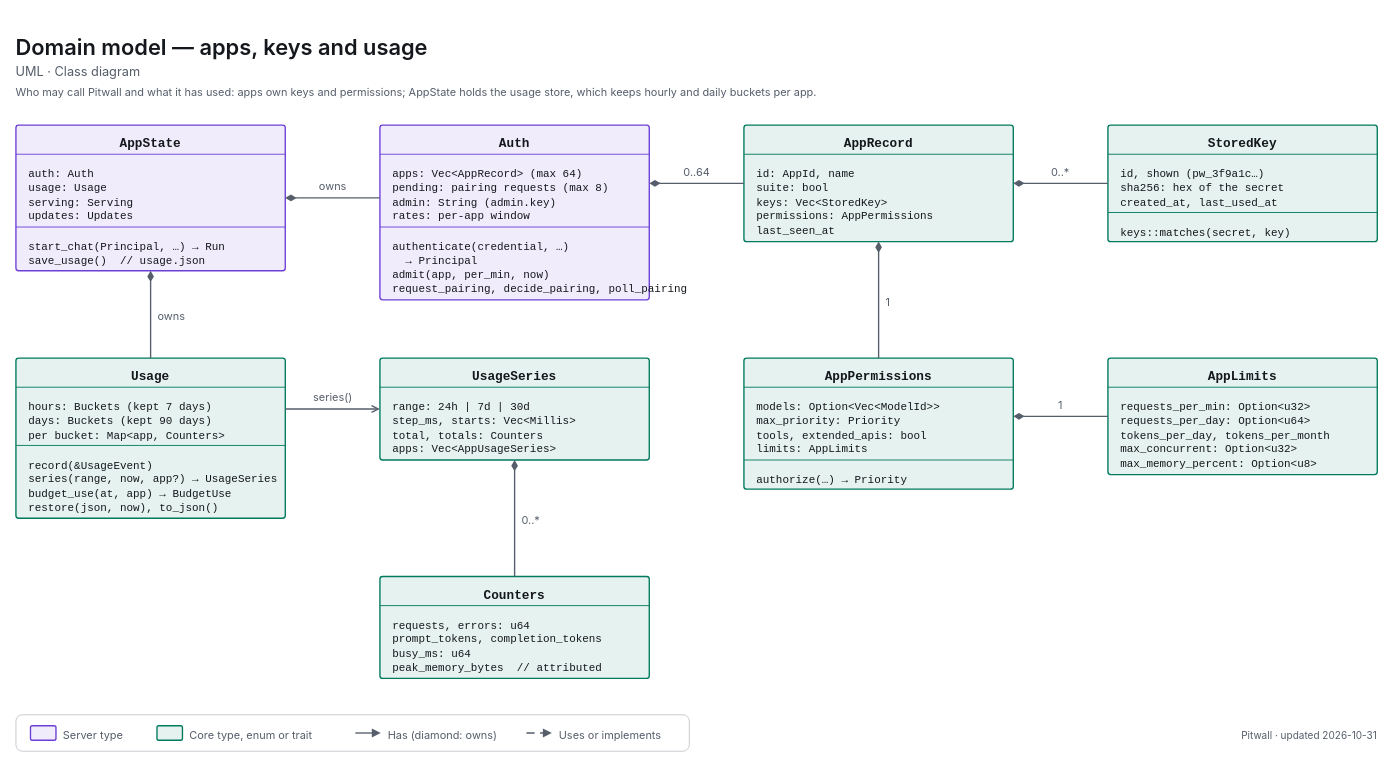
This is apps/pitwall/docs/diagrams/uml-class-access.drawio from decryp7/paddock, a draw.io file, before an edit. Source tidied: cells renumbered, new cells numbered last; positions are measured from the earlier drawing's top-left corner, leaving out a move shared by most shapes. Both pictures are drawn from the tidied source at 91%, with x=0, y=0 at pixel (15, 30).
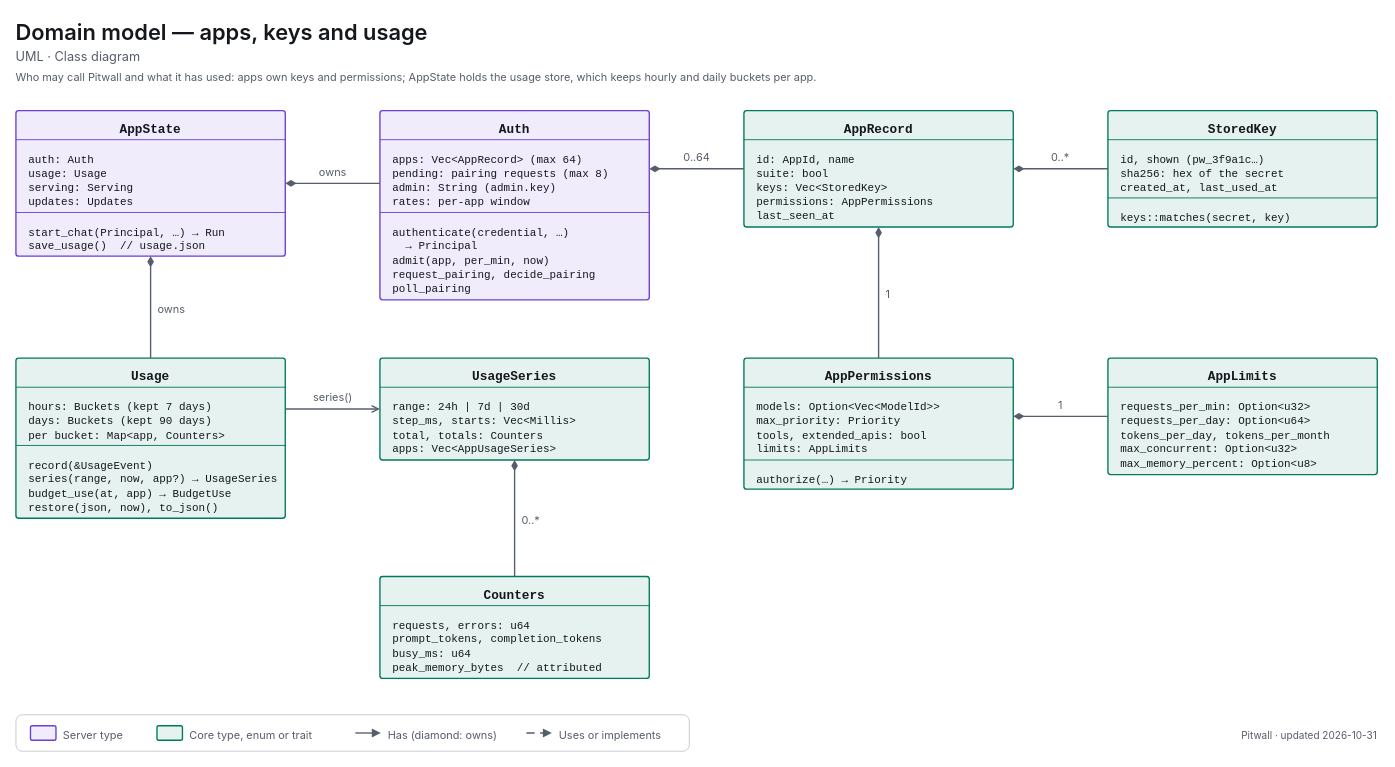
Above is the later version.

Commit message (it also covers changes not shown here):
fix(diagrams): re-export Pitwall class SVGs, fit the Auth box, recorder restores its switch

Change to the diagram source:
```diff
@@
     <mxCell id="2" value="&lt;span style=&quot;font-size:24px;font-weight:600&quot;&gt;Domain model — apps, keys and usage&lt;/span&gt;" style="html=1;whiteSpace=wrap;fontFamily=-apple-system,BlinkMacSystemFont,Segoe UI,system-ui,sans-serif;fontSize=12;fontColor=light-dark(#14171C,#ECEEF1);text;strokeColor=none;fillColor=none;align=left;verticalAlign=top;spacing=0;fontColor=light-dark(#14171C,#ECEEF1);" parent="1" vertex="1">
-      <mxGeometry width="1496" height="32" as="geometry" />
+      <mxGeometry y="-16" width="1496" height="32" as="geometry" />
     </mxCell>
     <mxCell id="3" value="&lt;span style=&quot;font-size:14px;font-weight:400&quot;&gt;UML · Class diagram&lt;/span&gt;" style="html=1;whiteSpace=wrap;fontFamily=-apple-system,BlinkMacSystemFont,Segoe UI,system-ui,sans-serif;fontSize=12;fontColor=light-dark(#14171C,#ECEEF1);text;strokeColor=none;fillColor=none;align=left;verticalAlign=top;spacing=0;fontColor=light-dark(#565E6B,#A0A7B2);" parent="1" vertex="1">
-      <mxGeometry y="32" width="1496" height="24" as="geometry" />
+      <mxGeometry y="16" width="1496" height="24" as="geometry" />
     </mxCell>
     <mxCell id="4" value="&lt;span style=&quot;font-size:12px;font-weight:400&quot;&gt;Who may call Pitwall and what it has used: apps own keys and permissions; AppState holds the usage store, which keeps hourly and daily buckets per app.&lt;/span&gt;" style="html=1;whiteSpace=wrap;fontFamily=-apple-system,BlinkMacSystemFont,Segoe UI,system-ui,sans-serif;fontSize=12;fontColor=light-dark(#14171C,#ECEEF1);text;strokeColor=none;fillColor=none;align=left;verticalAlign=top;spacing=0;fontColor=light-dark(#565E6B,#A0A7B2);" parent="1" vertex="1">
-      <mxGeometry y="56" width="1496" height="20" as="geometry" />
+      <mxGeometry y="40" width="1496" height="20" as="geometry" />
     </mxCell>
     <mxCell id="5" value="&lt;span style=&quot;font-size:14px;font-weight:600;font-family:ui-monospace,SF Mono,Cascadia Mono,Consolas,monospace&quot;&gt;AppState&lt;/span&gt;" style="html=1;whiteSpace=wrap;fontFamily=-apple-system,BlinkMacSystemFont,Segoe UI,system-ui,sans-serif;fontSize=12;fontColor=light-dark(#14171C,#ECEEF1);rounded=1;absoluteArcSize=1;arcSize=6;strokeWidth=1.5;strokeColor=light-dark(#6D3FD6,#A58BFA);fillColor=light-dark(#F0ECFB,#2C2A3F);align=center;verticalAlign=top;spacingTop=6;" parent="1" vertex="1">
-      <mxGeometry y="104" width="296" height="160" as="geometry" />
+      <mxGeometry y="88" width="296" height="160" as="geometry" />
     </mxCell>
     <mxCell id="6" style="endArrow=none;html=1;strokeWidth=1;strokeColor=light-dark(#6D3FD6,#A58BFA);" parent="1" edge="1">
       <mxGeometry relative="1" as="geometry">
-        <mxPoint y="136" as="sourcePoint" />
-        <mxPoint x="296" y="136" as="targetPoint" />
+        <mxPoint y="120" as="sourcePoint" />
+        <mxPoint x="296" y="120" as="targetPoint" />
       </mxGeometry>
     </mxCell>
     <mxCell id="7" value="&lt;span style=&quot;font-family:ui-monospace,SF Mono,Cascadia Mono,Consolas,monospace;font-size:12px&quot;&gt;auth:&amp;nbsp;Auth&lt;br&gt;usage:&amp;nbsp;Usage&lt;br&gt;serving:&amp;nbsp;Serving&lt;br&gt;updates:&amp;nbsp;Updates&lt;/span&gt;" style="html=1;whiteSpace=wrap;fontFamily=-apple-system,BlinkMacSystemFont,Segoe UI,system-ui,sans-serif;fontSize=12;fontColor=light-dark(#14171C,#ECEEF1);text;strokeColor=none;fillColor=none;align=left;verticalAlign=top;spacingLeft=12;spacingTop=8;" parent="1" vertex="1">
-      <mxGeometry y="136" width="296" height="80" as="geometry" />
+      <mxGeometry y="120" width="296" height="80" as="geometry" />
     </mxCell>
     <mxCell id="8" style="endArrow=none;html=1;strokeWidth=1;strokeColor=light-dark(#6D3FD6,#A58BFA);" parent="1" edge="1">
       <mxGeometry relative="1" as="geometry">
-        <mxPoint y="216" as="sourcePoint" />
-        <mxPoint x="296" y="216" as="targetPoint" />
+        <mxPoint y="200" as="sourcePoint" />
+        <mxPoint x="296" y="200" as="targetPoint" />
       </mxGeometry>
     </mxCell>
     <mxCell id="9" value="&lt;span style=&quot;font-family:ui-monospace,SF Mono,Cascadia Mono,Consolas,monospace;font-size:12px&quot;&gt;start_chat(Principal,&amp;nbsp;…)&amp;nbsp;→&amp;nbsp;Run&lt;br&gt;save_usage()&amp;nbsp;&amp;nbsp;//&amp;nbsp;usage.json&lt;/span&gt;" style="html=1;whiteSpace=wrap;fontFamily=-apple-system,BlinkMacSystemFont,Segoe UI,system-ui,sans-serif;fontSize=12;fontColor=light-dark(#14171C,#ECEEF1);text;strokeColor=none;fillColor=none;align=left;verticalAlign=top;spacingLeft=12;spacingTop=8;" parent="1" vertex="1">
-      <mxGeometry y="216" width="296" height="48" as="geometry" />
+      <mxGeometry y="200" width="296" height="48" as="geometry" />
     </mxCell>
     <mxCell id="10" value="&lt;span style=&quot;font-size:14px;font-weight:600;font-family:ui-monospace,SF Mono,Cascadia Mono,Consolas,monospace&quot;&gt;Auth&lt;/span&gt;" style="html=1;whiteSpace=wrap;fontFamily=-apple-system,BlinkMacSystemFont,Segoe UI,system-ui,sans-serif;fontSize=12;fontColor=light-dark(#14171C,#ECEEF1);rounded=1;absoluteArcSize=1;arcSize=6;strokeWidth=1.5;strokeColor=light-dark(#6D3FD6,#A58BFA);fillColor=light-dark(#F0ECFB,#2C2A3F);align=center;verticalAlign=top;spacingTop=6;" parent="1" vertex="1">
-      <mxGeometry x="400" y="104" width="296" height="192" as="geometry" />
+      <mxGeometry x="400" y="88" width="296" height="208" as="geometry" />
     </mxCell>
     <mxCell id="11" style="endArrow=none;html=1;strokeWidth=1;strokeColor=light-dark(#6D3FD6,#A58BFA);" parent="1" edge="1">
       <mxGeometry relative="1" as="geometry">
-        <mxPoint x="400" y="136" as="sourcePoint" />
-        <mxPoint x="696" y="136" as="targetPoint" />
+        <mxPoint x="400" y="120" as="sourcePoint" />
+        <mxPoint x="696" y="120" as="targetPoint" />
       </mxGeometry>
     </mxCell>
     <mxCell id="12" value="&lt;span style=&quot;font-family:ui-monospace,SF Mono,Cascadia Mono,Consolas,monospace;font-size:12px&quot;&gt;apps:&amp;nbsp;Vec&amp;lt;AppRecord&amp;gt;&amp;nbsp;(max&amp;nbsp;64)&lt;br&gt;pending:&amp;nbsp;pairing&amp;nbsp;requests&amp;nbsp;(max&amp;nbsp;8)&lt;br&gt;admin:&amp;nbsp;String&amp;nbsp;(admin.key)&lt;br&gt;rates:&amp;nbsp;per-app&amp;nbsp;window&lt;/span&gt;" style="html=1;whiteSpace=wrap;fontFamily=-apple-system,BlinkMacSystemFont,Segoe UI,system-ui,sans-serif;fontSize=12;fontColor=light-dark(#14171C,#ECEEF1);text;strokeColor=none;fillColor=none;align=left;verticalAlign=top;spacingLeft=12;spacingTop=8;" parent="1" vertex="1">
-      <mxGeometry x="400" y="136" width="296" height="80" as="geometry" />
+      <mxGeometry x="400" y="120" width="296" height="80" as="geometry" />
     </mxCell>
     <mxCell id="13" style="endArrow=none;html=1;strokeWidth=1;strokeColor=light-dark(#6D3FD6,#A58BFA);" parent="1" edge="1">
       <mxGeometry relative="1" as="geometry">
-        <mxPoint x="400" y="216" as="sourcePoint" />
-        <mxPoint x="696" y="216" as="targetPoint" />
+        <mxPoint x="400" y="200" as="sourcePoint" />
+        <mxPoint x="696" y="200" as="targetPoint" />
       </mxGeometry>
     </mxCell>
-    <mxCell id="14" value="&lt;span style=&quot;font-family:ui-monospace,SF Mono,Cascadia Mono,Consolas,monospace;font-size:12px&quot;&gt;authenticate(credential,&amp;nbsp;…)&lt;br&gt;&amp;nbsp;&amp;nbsp;→&amp;nbsp;Principal&lt;br&gt;admit(app,&amp;nbsp;per_min,&amp;nbsp;now)&lt;br&gt;request_pairing,&amp;nbsp;decide_pairing,&amp;nbsp;poll_pairing&lt;/span&gt;" style="html=1;whiteSpace=wrap;fontFamily=-apple-system,BlinkMacSystemFont,Segoe UI,system-ui,sans-serif;fontSize=12;fontColor=light-dark(#14171C,#ECEEF1);text;strokeColor=none;fillColor=none;align=left;verticalAlign=top;spacingLeft=12;spacingTop=8;" parent="1" vertex="1">
-      <mxGeometry x="400" y="216" width="296" height="80" as="geometry" />
+    <mxCell id="14" value="&lt;span style=&quot;font-family:ui-monospace,SF Mono,Cascadia Mono,Consolas,monospace;font-size:12px&quot;&gt;authenticate(credential,&amp;nbsp;…)&lt;br&gt;&amp;nbsp;&amp;nbsp;→&amp;nbsp;Principal&lt;br&gt;admit(app,&amp;nbsp;per_min,&amp;nbsp;now)&lt;br&gt;request_pairing,&amp;nbsp;decide_pairing&lt;br&gt;poll_pairing&lt;/span&gt;" style="html=1;whiteSpace=wrap;fontFamily=-apple-system,BlinkMacSystemFont,Segoe UI,system-ui,sans-serif;fontSize=12;fontColor=light-dark(#14171C,#ECEEF1);text;strokeColor=none;fillColor=none;align=left;verticalAlign=top;spacingLeft=12;spacingTop=8;" parent="1" vertex="1">
+      <mxGeometry x="400" y="200" width="296" height="96" as="geometry" />
     </mxCell>
     <mxCell id="15" value="&lt;span style=&quot;font-size:14px;font-weight:600;font-family:ui-monospace,SF Mono,Cascadia Mono,Consolas,monospace&quot;&gt;AppRecord&lt;/span&gt;" style="html=1;whiteSpace=wrap;fontFamily=-apple-system,BlinkMacSystemFont,Segoe UI,system-ui,sans-serif;fontSize=12;fontColor=light-dark(#14171C,#ECEEF1);rounded=1;absoluteArcSize=1;arcSize=6;strokeWidth=1.5;strokeColor=light-dark(#007A5E,#2EC4A0);fillColor=light-dark(#E6F2EF,#193330);align=center;verticalAlign=top;spacingTop=6;" parent="1" vertex="1">
-      <mxGeometry x="800" y="104" width="296" height="128" as="geometry" />
+      <mxGeometry x="800" y="88" width="296" height="128" as="geometry" />
     </mxCell>
     <mxCell id="16" style="endArrow=none;html=1;strokeWidth=1;strokeColor=light-dark(#007A5E,#2EC4A0);" parent="1" edge="1">
       <mxGeometry relative="1" as="geometry">
-        <mxPoint x="800" y="136" as="sourcePoint" />
-        <mxPoint x="1096" y="136" as="targetPoint" />
+        <mxPoint x="800" y="120" as="sourcePoint" />
+        <mxPoint x="1096" y="120" as="targetPoint" />
       </mxGeometry>
     </mxCell>
     <mxCell id="17" value="&lt;span style=&quot;font-family:ui-monospace,SF Mono,Cascadia Mono,Consolas,monospace;font-size:12px&quot;&gt;id:&amp;nbsp;AppId,&amp;nbsp;name&lt;br&gt;suite:&amp;nbsp;bool&lt;br&gt;keys:&amp;nbsp;Vec&amp;lt;StoredKey&amp;gt;&lt;br&gt;permissions:&amp;nbsp;AppPermissions&lt;br&gt;last_seen_at&lt;/span&gt;" style="html=1;whiteSpace=wrap;fontFamily=-apple-system,BlinkMacSystemFont,Segoe UI,system-ui,sans-serif;fontSize=12;fontColor=light-dark(#14171C,#ECEEF1);text;strokeColor=none;fillColor=none;align=left;verticalAlign=top;spacingLeft=12;spacingTop=8;" parent="1" vertex="1">
-      <mxGeometry x="800" y="136" width="296" height="96" as="geometry" />
+      <mxGeometry x="800" y="120" width="296" height="96" as="geometry" />
     </mxCell>
     <mxCell id="18" value="&lt;span style=&quot;font-size:14px;font-weight:600;font-family:ui-monospace,SF Mono,Cascadia Mono,Consolas,monospace&quot;&gt;StoredKey&lt;/span&gt;" style="html=1;whiteSpace=wrap;fontFamily=-apple-system,BlinkMacSystemFont,Segoe UI,system-ui,sans-serif;fontSize=12;fontColor=light-dark(#14171C,#ECEEF1);rounded=1;absoluteArcSize=1;arcSize=6;strokeWidth=1.5;strokeColor=light-dark(#007A5E,#2EC4A0);fillColor=light-dark(#E6F2EF,#193330);align=center;verticalAlign=top;spacingTop=6;" parent="1" vertex="1">
-      <mxGeometry x="1200" y="104" width="296" height="128" as="geometry" />
+      <mxGeometry x="1200" y="88" width="296" height="128" as="geometry" />
     </mxCell>
     <mxCell id="19" style="endArrow=none;html=1;strokeWidth=1;strokeColor=light-dark(#007A5E,#2EC4A0);" parent="1" edge="1">
       <mxGeometry relative="1" as="geometry">
-        <mxPoint x="1200" y="136" as="sourcePoint" />
-        <mxPoint x="1496" y="136" as="targetPoint" />
+        <mxPoint x="1200" y="120" as="sourcePoint" />
+        <mxPoint x="1496" y="120" as="targetPoint" />
       </mxGeometry>
     </mxCell>
     <mxCell id="20" value="&lt;span style=&quot;font-family:ui-monospace,SF Mono,Cascadia Mono,Consolas,monospace;font-size:12px&quot;&gt;id,&amp;nbsp;shown&amp;nbsp;(pw_3f9a1c…)&lt;br&gt;sha256:&amp;nbsp;hex&amp;nbsp;of&amp;nbsp;the&amp;nbsp;secret&lt;br&gt;created_at,&amp;nbsp;last_used_at&lt;/span&gt;" style="html=1;whiteSpace=wrap;fontFamily=-apple-system,BlinkMacSystemFont,Segoe UI,system-ui,sans-serif;fontSize=12;fontColor=light-dark(#14171C,#ECEEF1);text;strokeColor=none;fillColor=none;align=left;verticalAlign=top;spacingLeft=12;spacingTop=8;" parent="1" vertex="1">
-      <mxGeometry x="1200" y="136" width="296" height="64" as="geometry" />
+      <mxGeometry x="1200" y="120" width="296" height="64" as="geometry" />
     </mxCell>
     <mxCell id="21" style="endArrow=none;html=1;strokeWidth=1;strokeColor=light-dark(#007A5E,#2EC4A0);" parent="1" edge="1">
       <mxGeometry relative="1" as="geometry">
-        <mxPoint x="1200" y="200" as="sourcePoint" />
-        <mxPoint x="1496" y="200" as="targetPoint" />
+        <mxPoint x="1200" y="184" as="sourcePoint" />
+        <mxPoint x="1496" y="184" as="targetPoint" />
       </mxGeometry>
     </mxCell>
     <mxCell id="22" value="&lt;span style=&quot;font-family:ui-monospace,SF Mono,Cascadia Mono,Consolas,monospace;font-size:12px&quot;&gt;keys::matches(secret,&amp;nbsp;key)&lt;/span&gt;" style="html=1;whiteSpace=wrap;fontFamily=-apple-system,BlinkMacSystemFont,Segoe UI,system-ui,sans-serif;fontSize=12;fontColor=light-dark(#14171C,#ECEEF1);text;strokeColor=none;fillColor=none;align=left;verticalAlign=top;spacingLeft=12;spacingTop=8;" parent="1" vertex="1">
-      <mxGeometry x="1200" y="200" width="296" height="32" as="geometry" />
+      <mxGeometry x="1200" y="184" width="296" height="32" as="geometry" />
     </mxCell>
@@
-    <mxCell id="42" style="edgeStyle=orthogonalEdgeStyle;rounded=1;arcSize=8;jettySize=auto;html=1;strokeWidth=1.5;strokeColor=light-dark(#565E6B,#A0A7B2);endArrow=none;endFill=0;endSize=6;startArrow=diamondThin;startFill=1;startSize=8;exitX=1.0000;exitY=0.5000;exitDx=0;exitDy=0;exitPerimeter=0;entryX=0.0000;entryY=0.4167;entryDx=0;entryDy=0;entryPerimeter=0;" parent="1" edge="1" source="5" target="10">
+    <mxCell id="42" style="edgeStyle=orthogonalEdgeStyle;rounded=1;arcSize=8;jettySize=auto;html=1;strokeWidth=1.5;strokeColor=light-dark(#565E6B,#A0A7B2);endArrow=none;endFill=0;endSize=6;startArrow=diamondThin;startFill=1;startSize=8;exitX=1.0000;exitY=0.5000;exitDx=0;exitDy=0;exitPerimeter=0;entryX=0.0000;entryY=0.3846;entryDx=0;entryDy=0;entryPerimeter=0;" parent="1" edge="1" source="5" target="10">
       <mxGeometry relative="1" as="geometry" />
     </mxCell>
     <mxCell id="43" value="&lt;span style=&quot;font-size:12px;font-weight:400&quot;&gt;owns&lt;/span&gt;" style="html=1;whiteSpace=wrap;fontFamily=-apple-system,BlinkMacSystemFont,Segoe UI,system-ui,sans-serif;fontSize=12;fontColor=light-dark(#14171C,#ECEEF1);text;strokeColor=none;fillColor=none;align=center;verticalAlign=top;spacing=0;fontColor=light-dark(#565E6B,#A0A7B2);" parent="1" vertex="1">
-      <mxGeometry x="328" y="160" width="41" height="18" as="geometry" />
+      <mxGeometry x="328" y="144" width="41" height="18" as="geometry" />
     </mxCell>
-    <mxCell id="44" style="edgeStyle=orthogonalEdgeStyle;rounded=1;arcSize=8;jettySize=auto;html=1;strokeWidth=1.5;strokeColor=light-dark(#565E6B,#A0A7B2);endArrow=none;endFill=0;endSize=6;startArrow=diamondThin;startFill=1;startSize=8;exitX=1.0000;exitY=0.3333;exitDx=0;exitDy=0;exitPerimeter=0;entryX=0.0000;entryY=0.5000;entryDx=0;entryDy=0;entryPerimeter=0;" parent="1" edge="1" source="10" target="15">
+    <mxCell id="44" style="edgeStyle=orthogonalEdgeStyle;rounded=1;arcSize=8;jettySize=auto;html=1;strokeWidth=1.5;strokeColor=light-dark(#565E6B,#A0A7B2);endArrow=none;endFill=0;endSize=6;startArrow=diamondThin;startFill=1;startSize=8;exitX=1.0000;exitY=0.3077;exitDx=0;exitDy=0;exitPerimeter=0;entryX=0.0000;entryY=0.5000;entryDx=0;entryDy=0;entryPerimeter=0;" parent="1" edge="1" source="10" target="15">
       <mxGeometry relative="1" as="geometry" />
     </mxCell>
     <mxCell id="45" value="&lt;span style=&quot;font-size:12px;font-weight:400&quot;&gt;0..64&lt;/span&gt;" style="html=1;whiteSpace=wrap;fontFamily=-apple-system,BlinkMacSystemFont,Segoe UI,system-ui,sans-serif;fontSize=12;fontColor=light-dark(#14171C,#ECEEF1);text;strokeColor=none;fillColor=none;align=center;verticalAlign=top;spacing=0;fontColor=light-dark(#565E6B,#A0A7B2);" parent="1" vertex="1">
-      <mxGeometry x="730" y="144" width="37" height="18" as="geometry" />
+      <mxGeometry x="730" y="128" width="37" height="18" as="geometry" />
     </mxCell>
@@
     <mxCell id="47" value="&lt;span style=&quot;font-size:12px;font-weight:400&quot;&gt;0..*&lt;/span&gt;" style="html=1;whiteSpace=wrap;fontFamily=-apple-system,BlinkMacSystemFont,Segoe UI,system-ui,sans-serif;fontSize=12;fontColor=light-dark(#14171C,#ECEEF1);text;strokeColor=none;fillColor=none;align=center;verticalAlign=top;spacing=0;fontColor=light-dark(#565E6B,#A0A7B2);" parent="1" vertex="1">
-      <mxGeometry x="1133" y="144" width="30" height="18" as="geometry" />
+      <mxGeometry x="1133" y="128" width="30" height="18" as="geometry" />
     </mxCell>
@@
     <mxCell id="49" value="&lt;span style=&quot;font-size:12px;font-weight:400&quot;&gt;1&lt;/span&gt;" style="html=1;whiteSpace=wrap;fontFamily=-apple-system,BlinkMacSystemFont,Segoe UI,system-ui,sans-serif;fontSize=12;fontColor=light-dark(#14171C,#ECEEF1);text;strokeColor=none;fillColor=none;align=left;verticalAlign=top;spacing=0;fontColor=light-dark(#565E6B,#A0A7B2);" parent="1" vertex="1">
-      <mxGeometry x="956" y="287" width="12" height="18" as="geometry" />
+      <mxGeometry x="956" y="279" width="12" height="18" as="geometry" />
     </mxCell>
@@
     <mxCell id="53" value="&lt;span style=&quot;font-size:12px;font-weight:400&quot;&gt;owns&lt;/span&gt;" style="html=1;whiteSpace=wrap;fontFamily=-apple-system,BlinkMacSystemFont,Segoe UI,system-ui,sans-serif;fontSize=12;fontColor=light-dark(#14171C,#ECEEF1);text;strokeColor=none;fillColor=none;align=left;verticalAlign=top;spacing=0;fontColor=light-dark(#565E6B,#A0A7B2);" parent="1" vertex="1">
-      <mxGeometry x="156" y="303" width="41" height="18" as="geometry" />
+      <mxGeometry x="156" y="295" width="41" height="18" as="geometry" />
     </mxCell>
```
